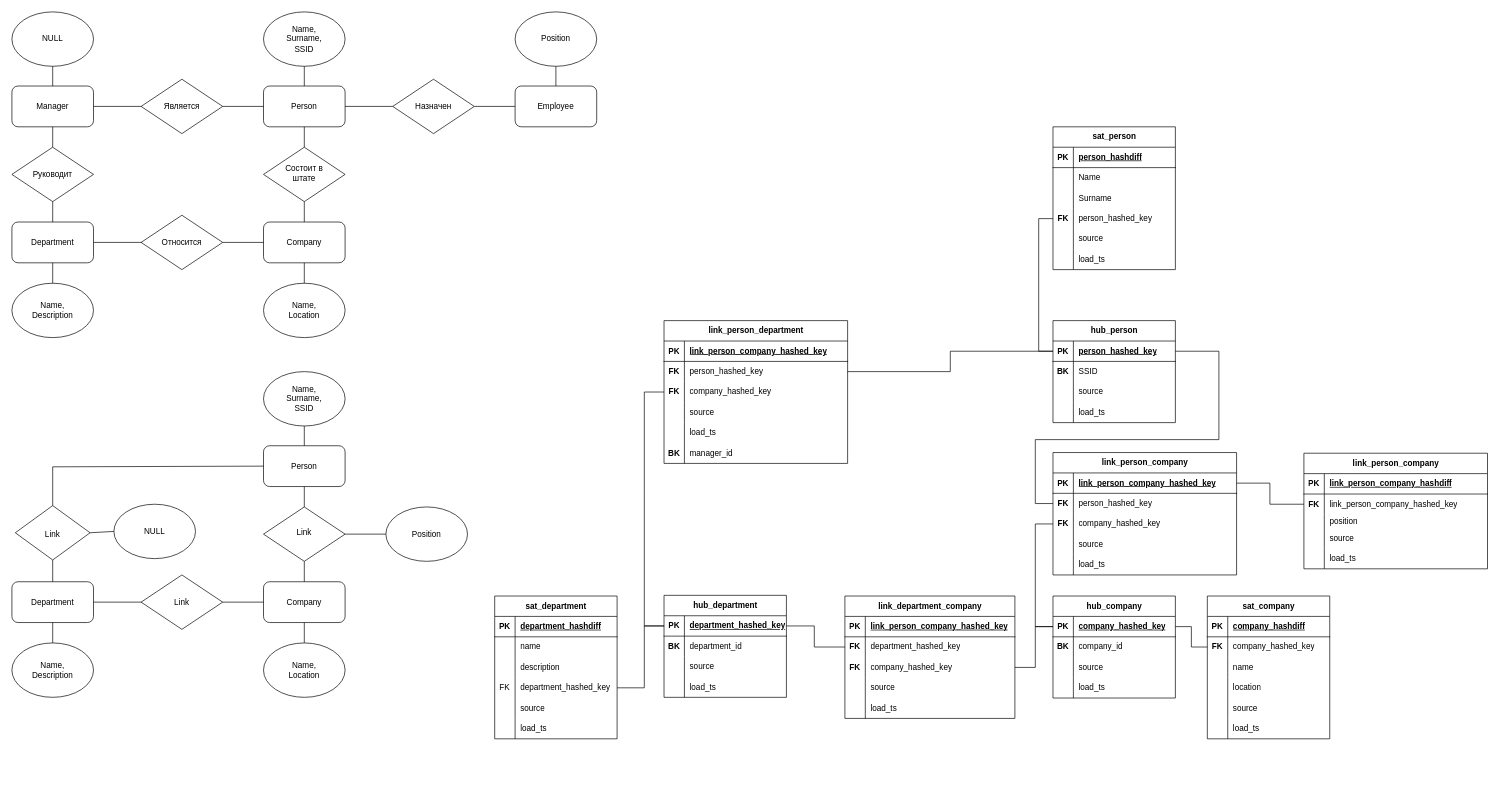
Before: Lesson_2/Task.drawio in VanShi87/data-engineer-2023-11, a draw.io diagram. Source tidied: cells renumbered, new cells numbered last; positions are measured from the earlier drawing's top-left corner, leaving out a move shared by most shapes. Both pictures are drawn from the tidied source at 68%, with x=0, y=0 at pixel (12, 12).
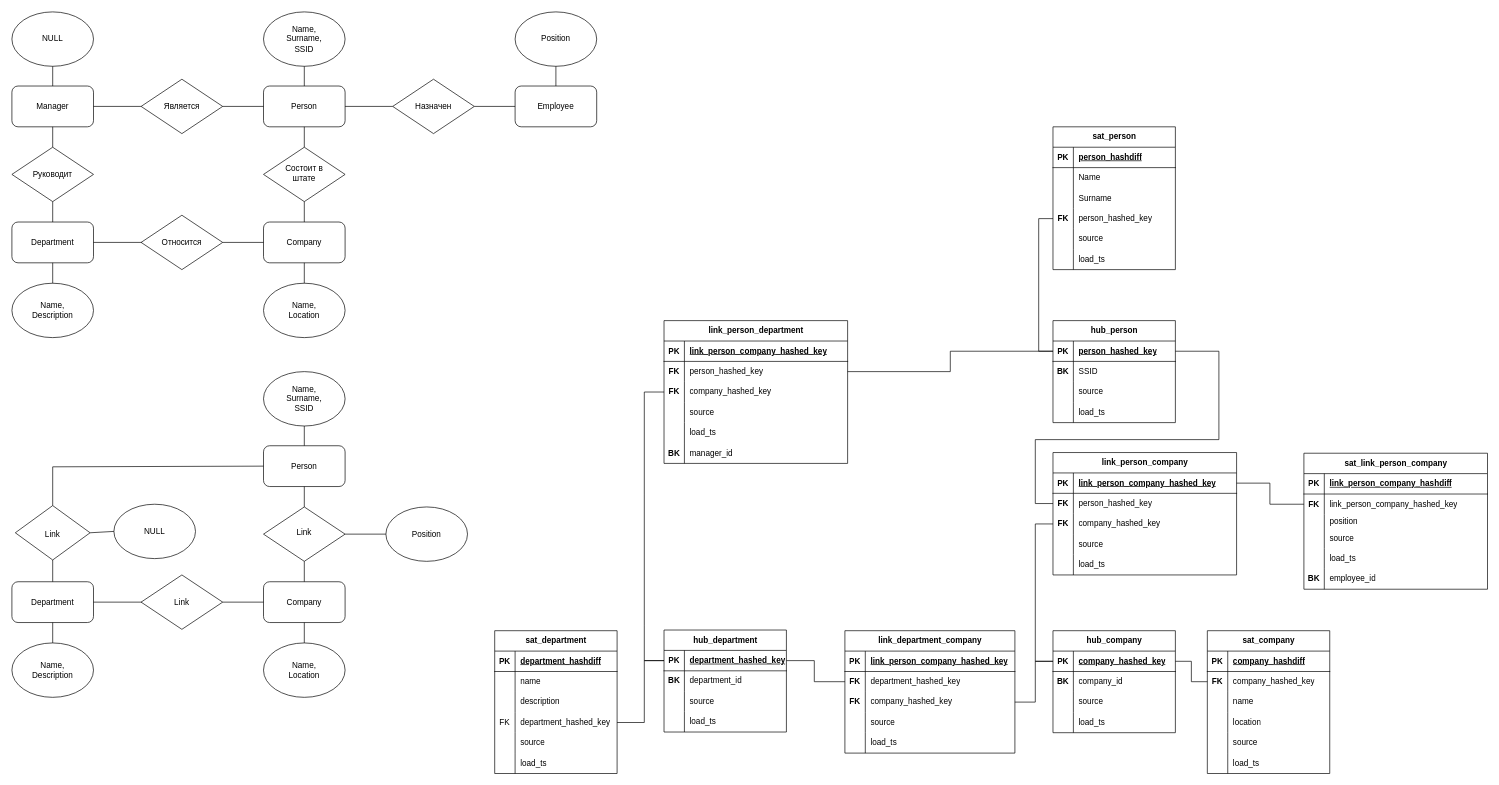
Above is the later version.

The change refers to these unchanged cells:
```xml
<mxCell id="118" style="shape=tableRow;horizontal=0;startSize=0;swimlaneHead=0;swimlaneBody=0;fillColor=none;points=[[0,0.5],[1,0.5]];portConstraint=eastwest;top=0;left=0;right=0;bottom=0;" parent="111" vertex="1">
  <mxGeometry y="90" width="270" height="30" as="geometry" />
</mxCell>
<mxCell id="131" style="shape=tableRow;horizontal=0;startSize=0;swimlaneHead=0;swimlaneBody=0;fillColor=none;points=[[0,0.5],[1,0.5]];portConstraint=eastwest;top=0;left=0;right=0;bottom=0;" parent="127" vertex="1">
  <mxGeometry y="60" width="250" height="30" as="geometry" />
</mxCell>
<mxCell id="134" style="shape=tableRow;horizontal=0;startSize=0;swimlaneHead=0;swimlaneBody=0;fillColor=none;points=[[0,0.5],[1,0.5]];portConstraint=eastwest;top=0;left=0;right=0;bottom=0;" parent="127" vertex="1">
  <mxGeometry y="90" width="250" height="30" as="geometry" />
</mxCell>
<mxCell id="144" style="shape=tableRow;horizontal=0;startSize=0;swimlaneHead=0;swimlaneBody=0;fillColor=none;points=[[0,0.5],[1,0.5]];portConstraint=eastwest;top=0;left=0;right=0;bottom=1;" parent="143" vertex="1">
  <mxGeometry y="30" width="180" height="30" as="geometry" />
</mxCell>
<mxCell id="176" style="shape=tableRow;horizontal=0;startSize=0;swimlaneHead=0;swimlaneBody=0;fillColor=none;points=[[0,0.5],[1,0.5]];portConstraint=eastwest;top=0;left=0;right=0;bottom=1;" parent="175" vertex="1">
  <mxGeometry y="30" width="180" height="30" as="geometry" />
</mxCell>
<mxCell id="198" style="shape=tableRow;horizontal=0;startSize=0;swimlaneHead=0;swimlaneBody=0;fillColor=none;points=[[0,0.5],[1,0.5]];portConstraint=eastwest;top=0;left=0;right=0;bottom=0;" parent="188" vertex="1">
  <mxGeometry y="120" width="180" height="30" as="geometry" />
</mxCell>
<mxCell id="220" style="shape=tableRow;horizontal=0;startSize=0;swimlaneHead=0;swimlaneBody=0;fillColor=none;points=[[0,0.5],[1,0.5]];portConstraint=eastwest;top=0;left=0;right=0;bottom=0;" parent="213" vertex="1">
  <mxGeometry y="90" width="270" height="30" as="geometry" />
</mxCell>
```

What changed in the source:
```diff
@@
     <mxCell id="127" value="link_department_company" style="shape=table;startSize=30;childLayout=tableLayout;rowLines=0;fontStyle=1;align=center;html=1;" parent="1" vertex="1">
-      <mxGeometry x="1225" y="859" width="250" height="180" as="geometry" />
+      <mxGeometry x="1225" y="910" width="250" height="180" as="geometry" />
     </mxCell>
@@
     <mxCell id="143" value="hub_department" style="shape=table;startSize=30;childLayout=tableLayout;rowLines=0;fontStyle=1;align=center;html=1;" parent="1" vertex="1">
-      <mxGeometry x="959" y="858" width="180" height="150" as="geometry" />
+      <mxGeometry x="959" y="909" width="180" height="150" as="geometry" />
     </mxCell>
@@
     <mxCell id="156" value="sat_company" style="shape=table;startSize=30;childLayout=tableLayout;rowLines=0;fontStyle=1;align=center;html=1;" parent="1" vertex="1">
-      <mxGeometry x="1758" y="859" width="180" height="210" as="geometry" />
+      <mxGeometry x="1758" y="910" width="180" height="210" as="geometry" />
     </mxCell>
@@
     <mxCell id="175" value="hub_company" style="shape=table;startSize=30;childLayout=tableLayout;rowLines=0;fontStyle=1;align=center;html=1;" parent="1" vertex="1">
-      <mxGeometry x="1531" y="859" width="180" height="150" as="geometry" />
+      <mxGeometry x="1531" y="910" width="180" height="150" as="geometry" />
     </mxCell>
@@
     <mxCell id="188" value="sat_department" style="shape=table;startSize=30;childLayout=tableLayout;rowLines=0;fontStyle=1;align=center;html=1;" parent="1" vertex="1">
-      <mxGeometry x="710" y="859" width="180" height="210" as="geometry" />
+      <mxGeometry x="710" y="910" width="180" height="210" as="geometry" />
     </mxCell>
@@
     <mxCell id="208" style="endArrow=none;html=1;rounded=0;entryX=0;entryY=0.5;entryDx=0;entryDy=0;exitX=0;exitY=0.5;exitDx=0;exitDy=0;edgeStyle=orthogonalEdgeStyle;" parent="1" edge="1" source="176" target="118">
       <mxGeometry relative="1" as="geometry">
         <Array as="points">
-          <mxPoint x="1505" y="904" />
+          <mxPoint x="1505" y="955" />
           <mxPoint x="1505" y="753" />
         </Array>
       </mxGeometry>
     </mxCell>
@@
     <mxCell id="210" style="endArrow=none;html=1;rounded=0;entryX=0;entryY=0.5;entryDx=0;entryDy=0;exitX=1;exitY=0.5;exitDx=0;exitDy=0;edgeStyle=orthogonalEdgeStyle;" parent="1" edge="1" source="134" target="176">
       <mxGeometry relative="1" as="geometry">
         <Array as="points">
-          <mxPoint x="1505" y="964" />
-          <mxPoint x="1505" y="904" />
+          <mxPoint x="1505" y="1015" />
+          <mxPoint x="1505" y="955" />
         </Array>
       </mxGeometry>
     </mxCell>
     <mxCell id="211" style="endArrow=none;html=1;rounded=0;exitX=1;exitY=0.5;exitDx=0;exitDy=0;entryX=0;entryY=0.5;entryDx=0;entryDy=0;" parent="1" edge="1" source="144" target="131">
       <mxGeometry relative="1" as="geometry">
         <Array as="points">
-          <mxPoint x="1180" y="903" />
-          <mxPoint x="1180" y="934" />
+          <mxPoint x="1180" y="954" />
+          <mxPoint x="1180" y="985" />
         </Array>
       </mxGeometry>
     </mxCell>
     <mxCell id="212" style="endArrow=none;html=1;rounded=0;exitX=1;exitY=0.5;exitDx=0;exitDy=0;entryX=0;entryY=0.5;entryDx=0;entryDy=0;" parent="1" edge="1" source="198" target="144">
       <mxGeometry relative="1" as="geometry">
         <Array as="points">
-          <mxPoint x="930" y="994" />
-          <mxPoint x="930" y="903" />
+          <mxPoint x="930" y="1045" />
+          <mxPoint x="930" y="954" />
         </Array>
       </mxGeometry>
     </mxCell>
@@
     <mxCell id="232" style="endArrow=none;html=1;rounded=0;exitX=0;exitY=0.5;exitDx=0;exitDy=0;entryX=0;entryY=0.5;entryDx=0;entryDy=0;" parent="1" edge="1" source="144" target="220">
       <mxGeometry relative="1" as="geometry">
         <Array as="points">
+          <mxPoint x="930" y="954" />
           <mxPoint x="930" y="903" />
           <mxPoint x="930" y="709" />
           <mxPoint x="930" y="559" />
         </Array>
       </mxGeometry>
     </mxCell>
@@
-    <mxCell id="235" value="link_person_company" style="shape=table;startSize=30;childLayout=tableLayout;rowLines=0;fontStyle=1;align=center;html=1;" parent="1" vertex="1">
-      <mxGeometry x="1900" y="649" width="270" height="170" as="geometry" />
+    <mxCell id="235" value="sat_link_person_company" style="shape=table;startSize=30;childLayout=tableLayout;rowLines=0;fontStyle=1;align=center;html=1;" parent="1" vertex="1">
+      <mxGeometry x="1900" y="649" width="270" height="200" as="geometry" />
     </mxCell>
@@
+    <mxCell id="252" style="shape=tableRow;horizontal=0;startSize=0;swimlaneHead=0;swimlaneBody=0;fillColor=none;top=0;left=0;right=0;bottom=0;" parent="235" vertex="1">
+      <mxGeometry y="170" width="270" height="30" as="geometry" />
+    </mxCell>
+    <mxCell id="253" value="BK" style="shape=partialRectangle;fillColor=none;top=0;left=0;bottom=0;right=0;overflow=hidden;whiteSpace=wrap;html=1;fontStyle=1;" parent="252" vertex="1">
+      <mxGeometry width="30" height="30" as="geometry" />
+    </mxCell>
+    <mxCell id="254" value="employee_id" style="shape=partialRectangle;fillColor=none;top=0;left=0;bottom=0;right=0;align=left;spacingLeft=6;overflow=hidden;whiteSpace=wrap;html=1;" parent="252" vertex="1">
+      <mxGeometry x="30" width="240" height="30" as="geometry" />
+    </mxCell>
```
